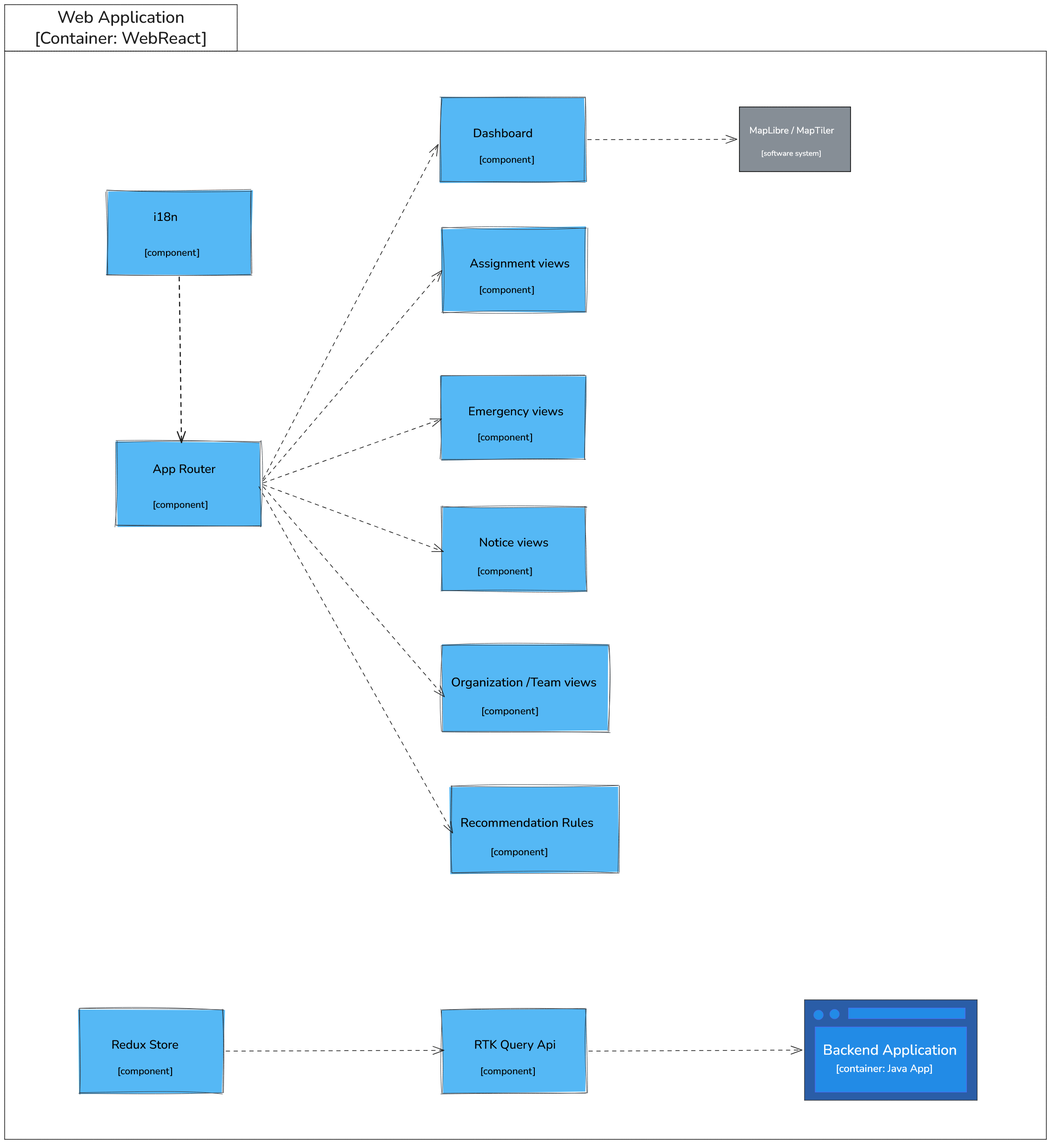
zenoma/emergency-management-app keeps this Excalidraw diagram as Docs/memoria/imaxes/c4/c4_container_frontend.png. Above is the earlier version. Source tidied: one line per element, renumbered; positions are measured from the earlier drawing's top-left corner, leaving out a move shared by most shapes.
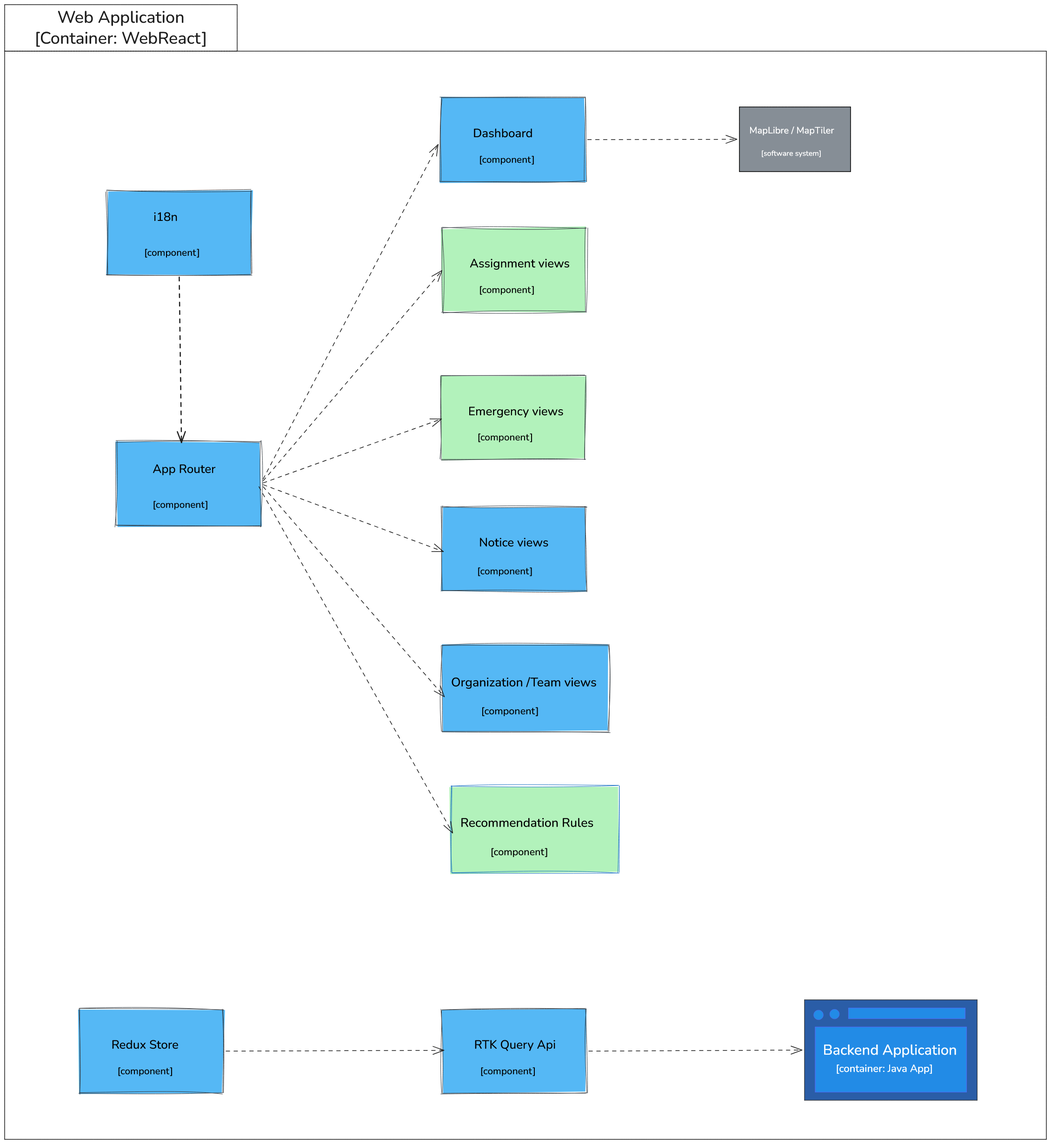
After the commit.

The edit, as a diff of the source:
```diff
@@ -2,18 +2,18 @@
 {"id": 1, "type": "rectangle", "strokeColor": "#343a40", "backgroundColor": "#55b8f5", "fillStyle": "solid", "strokeWidth": 1, "roughness": 2, "x": 938, "y": 200, "width": 311, "height": 181}
 {"id": 2, "type": "text", "text": "Dashboard", "strokeColor": "#000000", "backgroundColor": "#55b8f5", "fillStyle": "solid", "strokeWidth": 1, "roughness": 1, "fontSize": 25.99, "fontFamily": 6, "x": 1007, "y": 261, "width": 129, "height": 32}
 {"id": 3, "type": "text", "text": "[component]", "strokeColor": "#000000", "backgroundColor": "#55b8f5", "fillStyle": "solid", "strokeWidth": 1, "roughness": 1, "fontSize": 20.79, "fontFamily": 6, "textAlign": "center", "x": 1020, "y": 320, "width": 120, "height": 26}
-{"id": 4, "type": "rectangle", "strokeColor": "#343a40", "backgroundColor": "#55b8f5", "fillStyle": "solid", "strokeWidth": 1, "roughness": 2, "x": 940, "y": 480, "width": 311, "height": 181}
+{"id": 4, "type": "rectangle", "strokeColor": "#343a40", "backgroundColor": "#b2f2bb", "fillStyle": "solid", "strokeWidth": 1, "roughness": 2, "x": 940, "y": 480, "width": 311, "height": 181}
-{"id": 5, "type": "text", "text": "Assignment views", "strokeColor": "#000000", "backgroundColor": "#55b8f5", "fillStyle": "solid", "strokeWidth": 1, "roughness": 1, "fontSize": 25.99, "fontFamily": 6, "x": 1000, "y": 540, "width": 215, "height": 32}
+{"id": 5, "type": "text", "text": "Assignment views", "strokeColor": "#000000", "backgroundColor": "#b2f2bb", "fillStyle": "solid", "strokeWidth": 1, "roughness": 1, "fontSize": 25.99, "fontFamily": 6, "x": 1000, "y": 540, "width": 215, "height": 32}
-{"id": 6, "type": "text", "text": "[component]", "strokeColor": "#000000", "backgroundColor": "#55b8f5", "fillStyle": "solid", "strokeWidth": 1, "roughness": 1, "fontSize": 20.79, "fontFamily": 6, "textAlign": "center", "x": 1020, "y": 600, "width": 120, "height": 26}
+{"id": 6, "type": "text", "text": "[component]", "strokeColor": "#000000", "backgroundColor": "#b2f2bb", "fillStyle": "solid", "strokeWidth": 1, "roughness": 1, "fontSize": 20.79, "fontFamily": 6, "textAlign": "center", "x": 1020, "y": 600, "width": 120, "height": 26}
 {"id": 7, "type": "rectangle", "strokeColor": "#343a40", "backgroundColor": "#55b8f5", "fillStyle": "solid", "strokeWidth": 1, "roughness": 2, "x": 940, "y": 1377, "width": 360, "height": 186}
 {"id": 8, "type": "text", "text": "Organization /Team views", "strokeColor": "#000000", "backgroundColor": "#55b8f5", "fillStyle": "solid", "strokeWidth": 1, "roughness": 1, "fontSize": 26.78, "fontFamily": 6, "x": 960, "y": 1440, "width": 317, "height": 33}
 {"id": 9, "type": "text", "text": "[component]", "strokeColor": "#000000", "backgroundColor": "#55b8f5", "fillStyle": "solid", "strokeWidth": 1, "roughness": 1, "fontSize": 21.42, "fontFamily": 6, "textAlign": "center", "x": 1025, "y": 1506, "width": 123, "height": 27}
 {"id": 10, "type": "rectangle", "strokeColor": "#343a40", "backgroundColor": "#55b8f5", "fillStyle": "solid", "strokeWidth": 1, "roughness": 2, "x": 940, "y": 1080, "width": 311, "height": 181}
 {"id": 11, "type": "text", "text": "Notice views", "strokeColor": "#000000", "backgroundColor": "#55b8f5", "fillStyle": "solid", "strokeWidth": 1, "roughness": 1, "fontSize": 25.99, "fontFamily": 6, "x": 1020, "y": 1140, "width": 149, "height": 32}
 {"id": 12, "type": "text", "text": "[component]", "strokeColor": "#000000", "backgroundColor": "#55b8f5", "fillStyle": "solid", "strokeWidth": 1, "roughness": 1, "fontSize": 20.79, "fontFamily": 6, "textAlign": "center", "x": 1016, "y": 1205, "width": 120, "height": 26}
-{"id": 13, "type": "rectangle", "strokeColor": "#343a40", "backgroundColor": "#55b8f5", "fillStyle": "solid", "strokeWidth": 1, "roughness": 2, "x": 938, "y": 798, "width": 311, "height": 181}
+{"id": 13, "type": "rectangle", "strokeColor": "#343a40", "backgroundColor": "#b2f2bb", "fillStyle": "solid", "strokeWidth": 1, "roughness": 2, "x": 938, "y": 798, "width": 311, "height": 181}
-{"id": 14, "type": "text", "text": "Emergency views", "strokeColor": "#000000", "backgroundColor": "#55b8f5", "fillStyle": "solid", "strokeWidth": 1, "roughness": 1, "fontSize": 25.99, "fontFamily": 6, "x": 997, "y": 858, "width": 205, "height": 32}
+{"id": 14, "type": "text", "text": "Emergency views", "strokeColor": "#000000", "backgroundColor": "#b2f2bb", "fillStyle": "solid", "strokeWidth": 1, "roughness": 1, "fontSize": 25.99, "fontFamily": 6, "x": 997, "y": 858, "width": 205, "height": 32}
-{"id": 15, "type": "text", "text": "[component]", "strokeColor": "#000000", "backgroundColor": "#55b8f5", "fillStyle": "solid", "strokeWidth": 1, "roughness": 1, "fontSize": 20.79, "fontFamily": 6, "textAlign": "center", "x": 1016, "y": 917, "width": 120, "height": 26}
+{"id": 15, "type": "text", "text": "[component]", "strokeColor": "#000000", "backgroundColor": "#b2f2bb", "fillStyle": "solid", "strokeWidth": 1, "roughness": 1, "fontSize": 20.79, "fontFamily": 6, "textAlign": "center", "x": 1016, "y": 917, "width": 120, "height": 26}
 {"id": 16, "type": "rectangle", "strokeColor": "#343a40", "backgroundColor": "#55b8f5", "fillStyle": "solid", "strokeWidth": 1, "roughness": 2, "x": 220, "y": 400, "width": 311, "height": 181}
 {"id": 17, "type": "text", "text": "i18n", "strokeColor": "#000000", "backgroundColor": "#55b8f5", "fillStyle": "solid", "strokeWidth": 1, "roughness": 1, "fontSize": 25.99, "fontFamily": 6, "x": 320, "y": 440, "width": 52, "height": 32}
 {"id": 18, "type": "text", "text": "[component]", "strokeColor": "#000000", "backgroundColor": "#55b8f5", "fillStyle": "solid", "strokeWidth": 1, "roughness": 1, "fontSize": 20.79, "fontFamily": 6, "textAlign": "center", "x": 300, "y": 520, "width": 120, "height": 26}
@@ -41,7 +41,7 @@
 {"id": 40, "type": "ellipse", "strokeColor": "#4c6ef5", "backgroundColor": "#228be6", "fillStyle": "solid", "strokeWidth": 1, "roughness": 0, "x": 1774, "y": 2160, "width": 21, "height": 21}
 {"id": 41, "type": "text", "text": "Backend Application", "strokeColor": "#fff", "backgroundColor": "#228be6", "fillStyle": "solid", "strokeWidth": 1, "roughness": 0, "fontSize": 31.07, "fontFamily": 6, "x": 1759, "y": 2228, "width": 288, "height": 39}
 {"id": 42, "type": "text", "text": "[container: Java App]", "strokeColor": "#fff", "backgroundColor": "#55b8f5", "fillStyle": "solid", "strokeWidth": 1, "roughness": 0, "fontSize": 22.22, "fontFamily": 6, "textAlign": "center", "x": 1787, "y": 2273, "width": 209, "height": 28}
-{"id": 43, "type": "rectangle", "strokeColor": "#343a40", "backgroundColor": "#55b8f5", "fillStyle": "solid", "strokeWidth": 1, "roughness": 2, "x": 960, "y": 1680, "width": 360, "height": 186}
+{"id": 43, "type": "rectangle", "strokeColor": "#1971c2", "backgroundColor": "#b2f2bb", "fillStyle": "solid", "strokeWidth": 1, "roughness": 2, "x": 960, "y": 1680, "width": 360, "height": 186}
 {"id": 44, "type": "text", "text": "Recommendation Rules", "strokeColor": "#000000", "backgroundColor": "#55b8f5", "fillStyle": "solid", "strokeWidth": 1, "roughness": 1, "fontSize": 26.78, "fontFamily": 6, "x": 980, "y": 1743, "width": 317, "height": 33}
 {"id": 45, "type": "text", "text": "[component]", "strokeColor": "#000000", "backgroundColor": "#55b8f5", "fillStyle": "solid", "strokeWidth": 1, "roughness": 1, "fontSize": 21.42, "fontFamily": 6, "textAlign": "center", "x": 1045, "y": 1808, "width": 123, "height": 27}
 {"id": 46, "type": "rectangle", "strokeColor": "#000000", "backgroundColor": "#868e96", "fillStyle": "solid", "strokeWidth": 1, "roughness": 0, "x": 1580, "y": 220, "width": 239, "height": 139}
```
